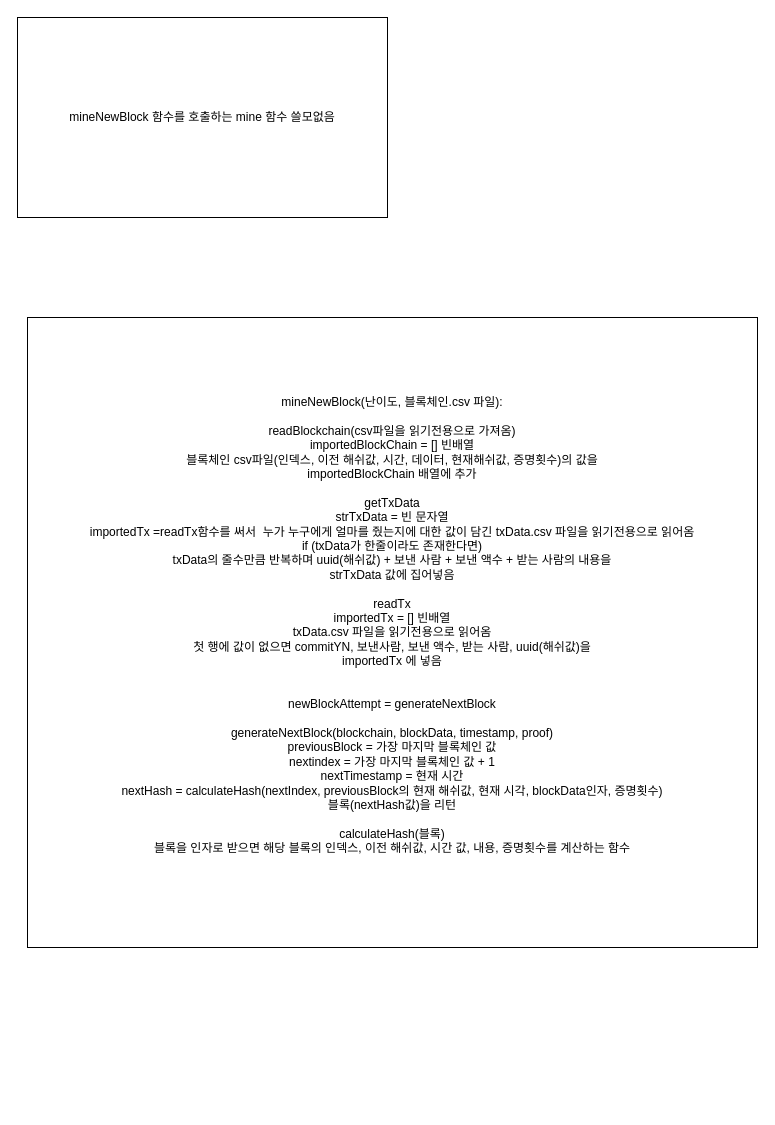
This is kopoBlockChain/BlockChain.drawio from HongDonkey/PycharmProjects, a draw.io file, before an edit. Source tidied: cells renumbered, new cells numbered last; positions are measured from the earlier drawing's top-left corner, leaving out a move shared by most shapes. Both pictures are drawn from the tidied source at 100%, with x=0, y=0 at pixel (17, 17).
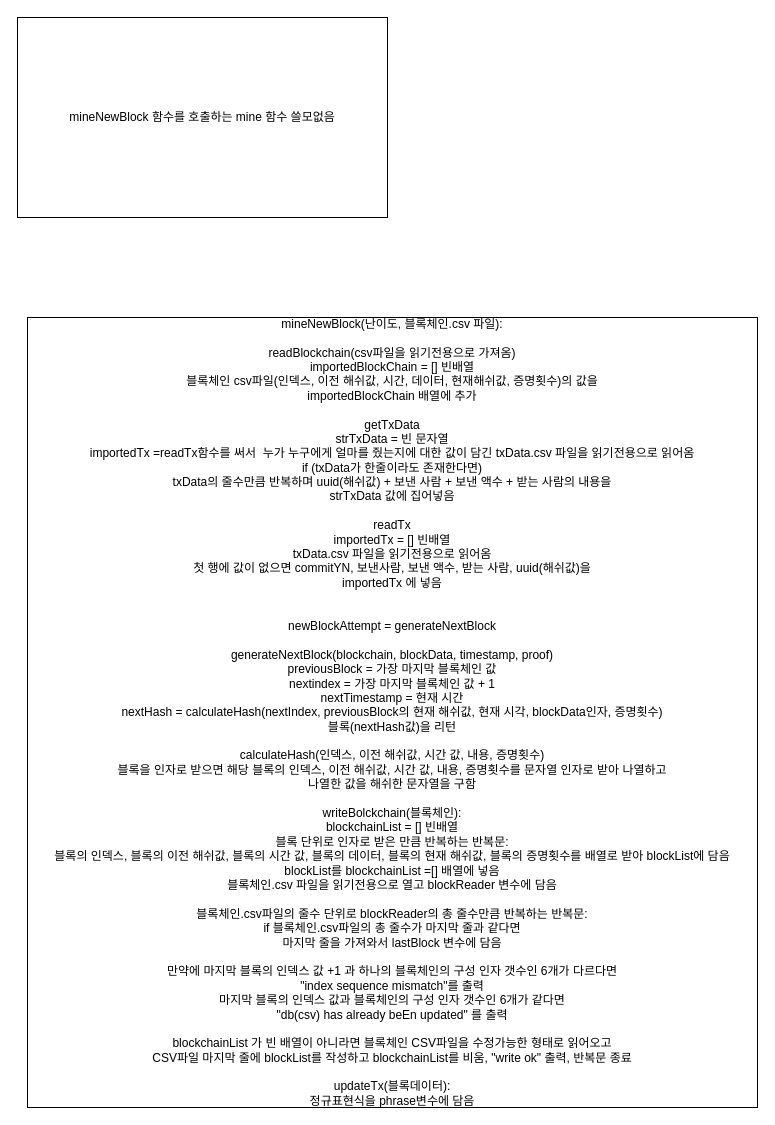
Above is the later version.

Diff of the diagram source:
```diff
@@
 <mxGraphModel>
   <root>
     <mxCell id="0" />
     <mxCell id="1" parent="0" />
-    <mxCell id="2" value="mineNewBlock(난이도, 블록체인.csv 파일):&lt;br&gt;&lt;br&gt;readBlockchain(csv파일을 읽기전용으로 가져옴)&lt;br&gt;importedBlockChain = [] 빈배열&lt;br&gt;블록체인 csv파일(인덱스, 이전 해쉬값, 시간, 데이터, 현재해쉬값, 증명횟수)의 값을&lt;br&gt;importedBlockChain 배열에 추가&lt;br&gt;&lt;br&gt;getTxData&lt;br&gt;strTxData = 빈 문자열&lt;br&gt;importedTx =readTx함수를 써서&amp;nbsp; 누가 누구에게 얼마를 줬는지에 대한 값이 담긴 txData.csv 파일을 읽기전용으로 읽어옴&lt;br&gt;if (txData가 한줄이라도 존재한다면)&lt;br&gt;txData의 줄수만큼 반복하며 uuid(해쉬값) + 보낸 사람 + 보낸 액수 + 받는 사람의 내용을&lt;br&gt;strTxData 값에 집어넣음&lt;br&gt;&lt;br&gt;readTx&lt;br&gt;importedTx = [] 빈배열&lt;br&gt;txData.csv 파일을 읽기전용으로 읽어옴&lt;br&gt;첫 행에 값이 없으면 commitYN, 보낸사람, 보낸 액수, 받는 사람, uuid(해쉬값)을&lt;br&gt;importedTx 에 넣음&lt;br&gt;&lt;br&gt;&lt;br&gt;newBlockAttempt = generateNextBlock&lt;br&gt;&lt;br&gt;generateNextBlock(blockchain, blockData, timestamp, proof)&lt;br&gt;previousBlock = 가장 마지막 블록체인 값&lt;br&gt;nextindex = 가장 마지막 블록체인 값 + 1&lt;br&gt;nextTimestamp = 현재 시간&lt;br&gt;nextHash = calculateHash(nextIndex, previousBlock의 현재 해쉬값, 현재 시각, blockData인자, 증명횟수)&lt;br&gt;블록(nextHash값)을 리턴&lt;br&gt;&lt;br&gt;calculateHash(블록)&lt;br&gt;블록을 인자로 받으면 해당 블록의 인덱스, 이전 해쉬값, 시간 값, 내용, 증명횟수를 계산하는 함수&lt;br&gt;&lt;br&gt;" style="rounded=0;whiteSpace=wrap;html=1;" parent="1" vertex="1">
-      <mxGeometry x="10" y="300" width="730" height="630" as="geometry" />
+    <mxCell id="2" value="mineNewBlock(난이도, 블록체인.csv 파일):&lt;br&gt;&lt;br&gt;readBlockchain(csv파일을 읽기전용으로 가져옴)&lt;br&gt;importedBlockChain = [] 빈배열&lt;br&gt;블록체인 csv파일(인덱스, 이전 해쉬값, 시간, 데이터, 현재해쉬값, 증명횟수)의 값을&lt;br&gt;importedBlockChain 배열에 추가&lt;br&gt;&lt;br&gt;getTxData&lt;br&gt;strTxData = 빈 문자열&lt;br&gt;importedTx =readTx함수를 써서&amp;nbsp; 누가 누구에게 얼마를 줬는지에 대한 값이 담긴 txData.csv 파일을 읽기전용으로 읽어옴&lt;br&gt;if (txData가 한줄이라도 존재한다면)&lt;br&gt;txData의 줄수만큼 반복하며 uuid(해쉬값) + 보낸 사람 + 보낸 액수 + 받는 사람의 내용을&lt;br&gt;strTxData 값에 집어넣음&lt;br&gt;&lt;br&gt;readTx&lt;br&gt;importedTx = [] 빈배열&lt;br&gt;txData.csv 파일을 읽기전용으로 읽어옴&lt;br&gt;첫 행에 값이 없으면 commitYN, 보낸사람, 보낸 액수, 받는 사람, uuid(해쉬값)을&lt;br&gt;importedTx 에 넣음&lt;br&gt;&lt;br&gt;&lt;br&gt;newBlockAttempt = generateNextBlock&lt;br&gt;&lt;br&gt;generateNextBlock(blockchain, blockData, timestamp, proof)&lt;br&gt;previousBlock = 가장 마지막 블록체인 값&lt;br&gt;nextindex = 가장 마지막 블록체인 값 + 1&lt;br&gt;nextTimestamp = 현재 시간&lt;br&gt;nextHash = calculateHash(nextIndex, previousBlock의 현재 해쉬값, 현재 시각, blockData인자, 증명횟수)&lt;br&gt;블록(nextHash값)을 리턴&lt;br&gt;&lt;br&gt;calculateHash(인덱스, 이전 해쉬값, 시간 값, 내용, 증명횟수)&lt;br&gt;블록을 인자로 받으면 해당 블록의 인덱스, 이전 해쉬값, 시간 값, 내용, 증명횟수를 문자열 인자로 받아 나열하고&lt;br&gt;나열한 값을 해쉬한 문자열을 구함&lt;br&gt;&lt;br&gt;writeBolckchain(블록체인):&lt;br&gt;blockchainList = [] 빈배열&lt;br&gt;블록 단위로 인자로 받은 만큼 반복하는 반복문:&lt;br&gt;블록의 인덱스, 블록의 이전 해쉬값, 블록의 시간 값, 블록의 데이터, 블록의 현재 해쉬값, 블록의 증명횟수를 배열로 받아 blockList에 담음&lt;br&gt;blockList를 blockchainList&amp;nbsp;=[] 배열에 넣음&lt;br&gt;블록체인.csv 파일을 읽기전용으로 열고 blockReader 변수에 담음&lt;br&gt;&lt;br&gt;블록체인.csv파일의 줄수 단위로 blockReader의 총 줄수만큼 반복하는 반복문:&lt;br&gt;if 블록체인.csv파일의 총 줄수가 마지막 줄과 같다면&lt;br&gt;마지막 줄을 가져와서 lastBlock 변수에 담음&lt;br&gt;&lt;br&gt;만약에 마지막 블록의 인덱스 값 +1 과 하나의 블록체인의 구성 인자 갯수인 6개가 다르다면&lt;br&gt;&quot;index sequence mismatch&quot;를 출력&lt;br&gt;마지막 블록의 인덱스 값과 블록체인의 구성 인자 갯수인 6개가 같다면&lt;br&gt;&quot;db(csv) has already beEn updated&quot; 를 출력&lt;br&gt;&lt;br&gt;blockchainList 가 빈 배열이 아니라면 블록체인 CSV파일을 수정가능한 형태로 읽어오고&lt;br&gt;CSV파일 마지막 줄에 blockList를 작성하고 blockchainList를 비움, &quot;write ok&quot; 출력, 반복문 종료&lt;br&gt;&lt;br&gt;updateTx(블록데이터):&lt;br&gt;정규표현식을 phrase변수에 담음&lt;br&gt;" style="rounded=0;whiteSpace=wrap;html=1;" parent="1" vertex="1">
+      <mxGeometry x="10" y="300" width="730" height="790" as="geometry" />
     </mxCell>
     <mxCell id="3" value="mineNewBlock 함수를 호출하는 mine 함수 쓸모없음" style="rounded=0;whiteSpace=wrap;html=1;" parent="1" vertex="1">
       <mxGeometry width="370" height="200" as="geometry" />
     </mxCell>
   </root>
 </mxGraphModel>
```
